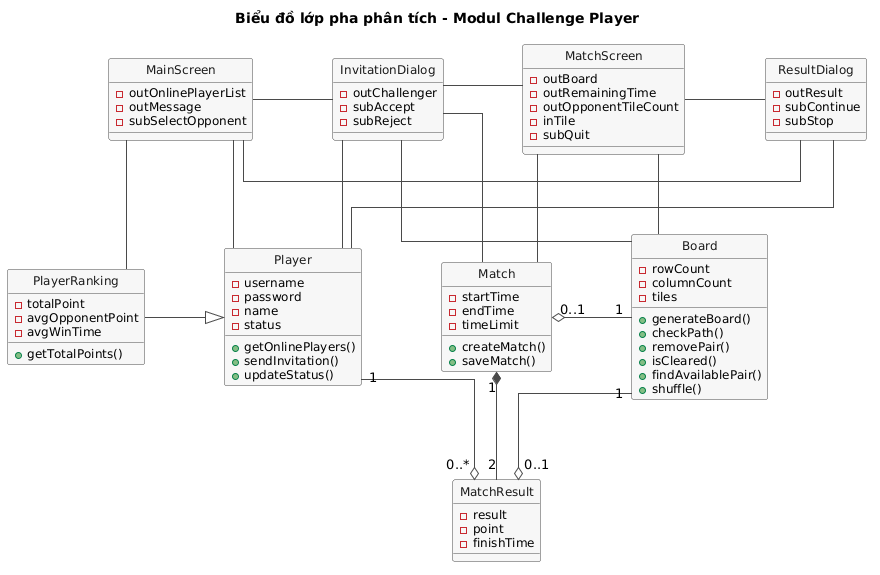
Earlier version of the PlantUML export docs/uml/pha2/class-analysis-m3.png (VattenL/mobile-pikachu).
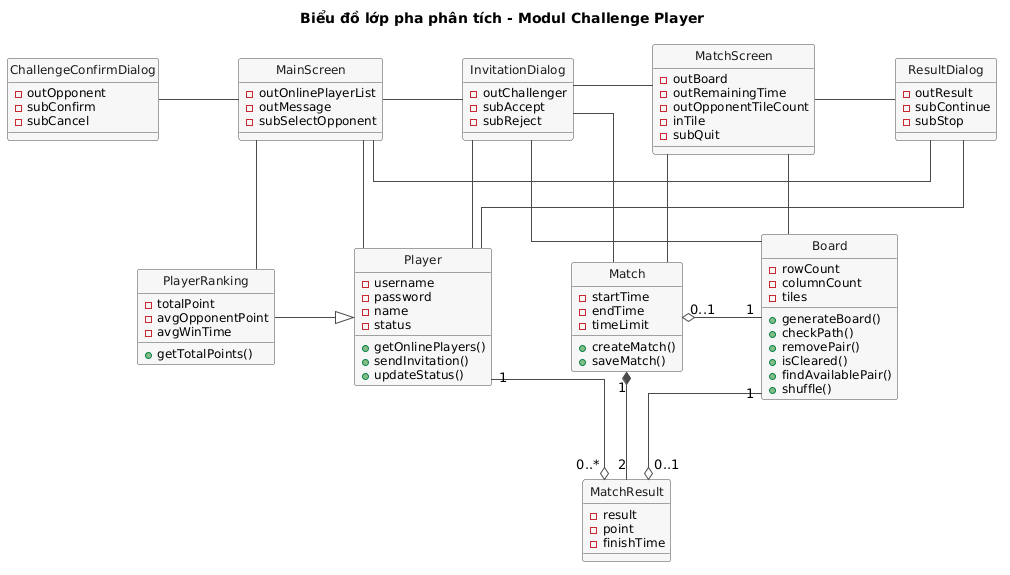
Above is the later version.

The edit, as a diff of the source:
```diff
@@ -19,6 +19,12 @@
   - outOnlinePlayerList
   - outMessage
   - subSelectOpponent
+}
+
+class ChallengeConfirmDialog {
+  - outOpponent
+  - subConfirm
+  - subCancel
 }
 
 class InvitationDialog {
@@ -84,6 +90,7 @@
   - finishTime
 }
 
+MainScreen -left- ChallengeConfirmDialog
 MainScreen -right- InvitationDialog
 InvitationDialog -right- MatchScreen
 MatchScreen -right- ResultDialog
```
